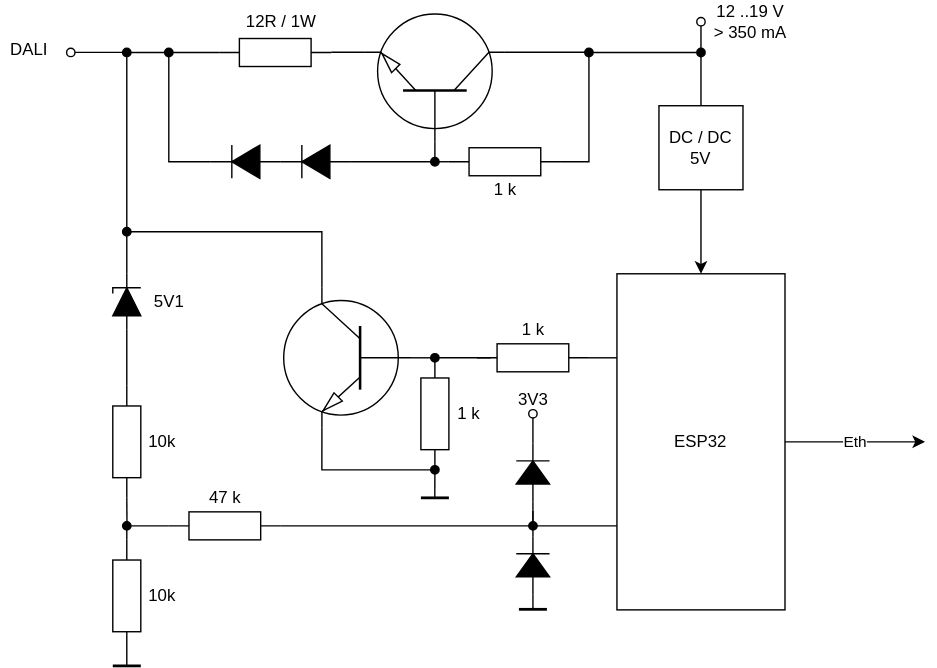
The draw.io diagram docs/light/dali/esp32eth/esp_interface.svg in atitoff/CSH4, before a commit. Source tidied: cells renumbered, new cells last; positions are measured from the earlier drawing's top-left corner, leaving out a move shared by most shapes.
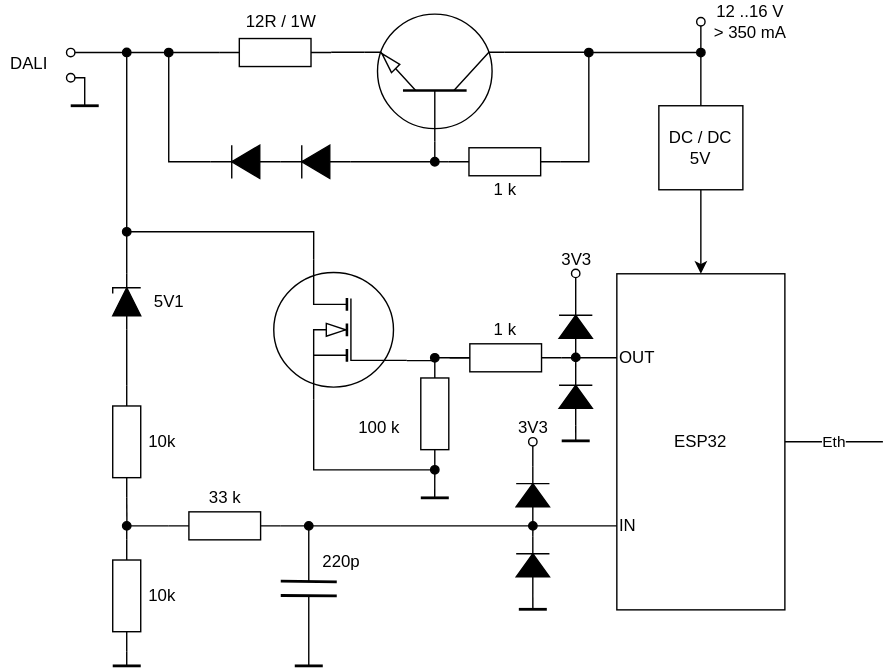
After the commit.

What changed in the source:
```diff
@@ -2,9 +2,9 @@
   <root>
     <mxCell id="0" />
     <mxCell id="1" parent="0" />
-    <mxCell id="2" value="Eth" style="edgeStyle=orthogonalEdgeStyle;rounded=0;jettySize=auto;html=1;exitX=1;exitY=0.5;exitDx=0;exitDy=0;" parent="1" edge="1" source="4">
+    <mxCell id="2" value="Eth" style="edgeStyle=orthogonalEdgeStyle;rounded=0;jettySize=auto;html=1;exitX=1;exitY=0.5;exitDx=0;exitDy=0;endArrow=none;endFill=0;" parent="1" edge="1" source="4">
       <mxGeometry relative="1" as="geometry">
-        <mxPoint x="660" y="315" as="targetPoint" />
+        <mxPoint x="630" y="315" as="targetPoint" />
       </mxGeometry>
     </mxCell>
     <mxCell id="3" style="edgeStyle=orthogonalEdgeStyle;rounded=0;jettySize=auto;html=1;endArrow=oval;endFill=1;strokeWidth=1;entryX=1;entryY=0.5;entryDx=0;entryDy=0;entryPerimeter=0;" parent="1" edge="1" target="24">
@@ -76,27 +76,24 @@
         <mxPoint x="100" y="475" as="targetPoint" />
       </mxGeometry>
     </mxCell>
-    <mxCell id="15" style="edgeStyle=orthogonalEdgeStyle;rounded=0;jettySize=auto;html=1;exitX=0.7;exitY=0;exitDx=0;exitDy=0;exitPerimeter=0;endArrow=none;endFill=0;strokeWidth=1;" parent="1" edge="1" source="18">
+    <mxCell id="15" style="edgeStyle=orthogonalEdgeStyle;rounded=0;jettySize=auto;html=1;exitX=0.7;exitY=0;exitDx=0;exitDy=0;exitPerimeter=0;endArrow=none;endFill=0;strokeWidth=1;" parent="1" edge="1" source="68">
       <mxGeometry relative="1" as="geometry">
         <mxPoint x="90" y="165" as="targetPoint" />
         <Array as="points">
-          <mxPoint x="229" y="165" />
+          <mxPoint x="224" y="165" />
         </Array>
       </mxGeometry>
     </mxCell>
-    <mxCell id="16" style="edgeStyle=orthogonalEdgeStyle;rounded=0;jettySize=auto;html=1;exitX=0.7;exitY=1;exitDx=0;exitDy=0;exitPerimeter=0;endArrow=oval;endFill=1;strokeWidth=1;entryX=0;entryY=0.5;entryDx=0;entryDy=0;entryPerimeter=0;" parent="1" edge="1" source="18" target="24">
+    <mxCell id="16" style="edgeStyle=orthogonalEdgeStyle;rounded=0;jettySize=auto;html=1;exitX=0.7;exitY=1;exitDx=0;exitDy=0;exitPerimeter=0;endArrow=oval;endFill=1;strokeWidth=1;entryX=0;entryY=0.5;entryDx=0;entryDy=0;entryPerimeter=0;" parent="1" edge="1" source="68" target="24">
       <mxGeometry relative="1" as="geometry">
         <Array as="points">
-          <mxPoint x="229" y="335" />
+          <mxPoint x="224" y="335" />
         </Array>
       </mxGeometry>
     </mxCell>
-    <mxCell id="17" style="edgeStyle=orthogonalEdgeStyle;rounded=0;jettySize=auto;html=1;exitX=0;exitY=0.5;exitDx=0;exitDy=0;exitPerimeter=0;endArrow=none;endFill=0;strokeWidth=1;entryX=1;entryY=0.5;entryDx=0;entryDy=0;entryPerimeter=0;" parent="1" edge="1" source="18" target="24">
+    <mxCell id="17" style="edgeStyle=orthogonalEdgeStyle;rounded=0;jettySize=auto;html=1;exitX=0;exitY=0.72;exitDx=0;exitDy=0;exitPerimeter=0;endArrow=none;endFill=0;strokeWidth=1;entryX=1;entryY=0.5;entryDx=0;entryDy=0;entryPerimeter=0;" parent="1" edge="1" source="68" target="24">
       <mxGeometry relative="1" as="geometry" />
     </mxCell>
-    <mxCell id="18" style="verticalLabelPosition=bottom;shadow=0;dashed=0;align=center;html=1;verticalAlign=top;shape=mxgraph.electrical.transistors.npn_transistor_1;flipH=1;" parent="1" vertex="1">
-      <mxGeometry x="200" y="205" width="95" height="100" as="geometry" />
-    </mxCell>
     <mxCell id="19" style="endArrow=none;html=1;strokeWidth=2;" parent="1" edge="1">
       <mxGeometry relative="1" as="geometry">
         <mxPoint x="300" y="355" as="sourcePoint" />
@@ -128,7 +125,7 @@
       <mxGeometry relative="1" as="geometry" />
     </mxCell>
     <mxCell id="26" style="verticalLabelPosition=bottom;shadow=0;dashed=0;align=center;html=1;verticalAlign=top;shape=mxgraph.electrical.resistors.resistor_1;" parent="1" vertex="1">
-      <mxGeometry x="340" y="245" width="80" height="20" as="geometry" />
+      <mxGeometry x="320.6" y="245" width="80" height="20" as="geometry" />
     </mxCell>
     <mxCell id="27" style="edgeStyle=orthogonalEdgeStyle;rounded=0;jettySize=auto;html=1;exitX=0;exitY=0.5;exitDx=0;exitDy=0;exitPerimeter=0;endArrow=none;endFill=0;strokeWidth=1;" parent="1" edge="1" source="28">
       <mxGeometry relative="1" as="geometry">
@@ -182,7 +179,7 @@
         <mxPoint x="310" y="115" as="targetPoint" />
       </mxGeometry>
     </mxCell>
-    <mxCell id="39" value="12 ..19 V&lt;br&gt;&amp;gt; 350 mA" style="text;html=1;align=center;verticalAlign=middle;" parent="1" vertex="1">
+    <mxCell id="39" value="12 ..16 V&lt;br&gt;&amp;gt; 350 mA" style="text;html=1;align=center;verticalAlign=middle;" parent="1" vertex="1">
       <mxGeometry x="500" width="70" height="30" as="geometry" />
     </mxCell>
     <mxCell id="40" value="12R / 1W" style="text;html=1;align=center;verticalAlign=middle;" parent="1" vertex="1">
@@ -192,10 +189,10 @@
       <mxGeometry x="345" y="125" width="30" height="20" as="geometry" />
     </mxCell>
     <mxCell id="42" value="1 k" style="text;html=1;align=center;verticalAlign=middle;" parent="1" vertex="1">
-      <mxGeometry x="365" y="225" width="30" height="20" as="geometry" />
+      <mxGeometry x="345" y="225" width="30" height="20" as="geometry" />
     </mxCell>
-    <mxCell id="43" value="1 k" style="text;html=1;align=center;verticalAlign=middle;" parent="1" vertex="1">
-      <mxGeometry x="319" y="285" width="30" height="20" as="geometry" />
+    <mxCell id="43" value="100 k" style="text;html=1;align=center;verticalAlign=middle;" parent="1" vertex="1">
+      <mxGeometry x="250" y="295" width="40" height="20" as="geometry" />
     </mxCell>
     <mxCell id="44" value="5V1" style="text;html=1;align=center;verticalAlign=middle;" parent="1" vertex="1">
       <mxGeometry x="100" y="205" width="40" height="20" as="geometry" />
@@ -212,14 +209,14 @@
     <mxCell id="48" style="fillColor=strokeColor;verticalLabelPosition=bottom;shadow=0;dashed=0;align=center;html=1;verticalAlign=top;shape=mxgraph.electrical.diodes.diode;rotation=-180;" parent="1" vertex="1">
       <mxGeometry x="150" y="103.1" width="50" height="23.8" as="geometry" />
     </mxCell>
-    <mxCell id="49" style="edgeStyle=orthogonalEdgeStyle;rounded=0;jettySize=auto;html=1;exitX=1;exitY=0.5;exitDx=0;exitDy=0;exitPerimeter=0;endArrow=oval;endFill=0;strokeWidth=1;" parent="1" edge="1" source="61">
+    <mxCell id="49" style="edgeStyle=orthogonalEdgeStyle;rounded=0;jettySize=auto;html=1;endArrow=oval;endFill=0;strokeWidth=1;exitX=1;exitY=0.5;exitDx=0;exitDy=0;exitPerimeter=0;" parent="1" edge="1" source="61">
       <mxGeometry relative="1" as="geometry">
-        <mxPoint x="380" y="295" as="targetPoint" />
+        <mxPoint x="380" y="315" as="targetPoint" />
       </mxGeometry>
     </mxCell>
-    <mxCell id="50" style="edgeStyle=orthogonalEdgeStyle;rounded=0;orthogonalLoop=1;jettySize=auto;html=1;exitX=0;exitY=0.5;exitDx=0;exitDy=0;exitPerimeter=0;endArrow=none;endFill=0;strokeWidth=1;" parent="1" edge="1">
+    <mxCell id="50" style="edgeStyle=orthogonalEdgeStyle;rounded=0;orthogonalLoop=1;jettySize=auto;html=1;endArrow=none;endFill=0;strokeWidth=1;" parent="1" edge="1">
       <mxGeometry relative="1" as="geometry">
-        <mxPoint x="380" y="364.4" as="sourcePoint" />
+        <mxPoint x="380" y="372" as="sourcePoint" />
         <mxPoint x="380" y="372" as="targetPoint" />
       </mxGeometry>
     </mxCell>
@@ -243,9 +240,9 @@
       </mxGeometry>
     </mxCell>
     <mxCell id="55" value="3V3" style="text;html=1;align=center;verticalAlign=middle;" parent="1" vertex="1">
-      <mxGeometry x="360" y="275" width="40" height="20" as="geometry" />
+      <mxGeometry x="360" y="295" width="40" height="20" as="geometry" />
     </mxCell>
-    <mxCell id="56" value="47 k" style="text;html=1;align=center;verticalAlign=middle;" parent="1" vertex="1">
+    <mxCell id="56" value="33 k" style="text;html=1;align=center;verticalAlign=middle;" parent="1" vertex="1">
       <mxGeometry x="140" y="345" width="40" height="20" as="geometry" />
     </mxCell>
     <mxCell id="57" style="endArrow=oval;html=1;strokeWidth=1;exitX=0.5;exitY=0;exitDx=0;exitDy=0;endFill=0;" parent="1" edge="1" source="7">
@@ -255,20 +252,105 @@
     </mxCell>
     <mxCell id="58" style="endArrow=oval;html=1;strokeWidth=1;endFill=1;startArrow=oval;startFill=0;" parent="1" edge="1">
       <mxGeometry relative="1" as="geometry">
-        <mxPoint x="50" y="36.9" as="sourcePoint" />
+        <mxPoint x="50" y="37" as="sourcePoint" />
         <mxPoint x="90" y="36.9" as="targetPoint" />
       </mxGeometry>
     </mxCell>
     <mxCell id="59" value="DALI" style="text;html=1;align=center;verticalAlign=middle;" parent="1" vertex="1">
-      <mxGeometry y="25" width="40" height="20" as="geometry" />
+      <mxGeometry y="35" width="40" height="20" as="geometry" />
     </mxCell>
-    <mxCell id="60" style="edgeStyle=orthogonalEdgeStyle;rounded=0;jettySize=auto;html=1;exitX=0;exitY=0.5;exitDx=0;exitDy=0;exitPerimeter=0;endArrow=none;endFill=0;" parent="1" edge="1" source="61">
-      <mxGeometry relative="1" as="geometry">
-        <mxPoint x="380" y="375" as="targetPoint" />
-      </mxGeometry>
-    </mxCell>
     <mxCell id="61" style="fillColor=strokeColor;verticalLabelPosition=bottom;shadow=0;dashed=0;align=center;html=1;verticalAlign=top;shape=mxgraph.electrical.diodes.diode;rotation=-90;" parent="1" vertex="1">
-      <mxGeometry x="359.4" y="325" width="41.2" height="23.8" as="geometry" />
+      <mxGeometry x="359.4" y="341.2" width="41.2" height="23.8" as="geometry" />
     </mxCell>
+    <mxCell id="62" style="endArrow=none;html=1;strokeWidth=2;" parent="1" edge="1">
+      <mxGeometry relative="1" as="geometry">
+        <mxPoint x="200" y="414.5" as="sourcePoint" />
+        <mxPoint x="240" y="415" as="targetPoint" />
+      </mxGeometry>
+    </mxCell>
+    <mxCell id="63" style="endArrow=none;html=1;strokeWidth=2;" parent="1" edge="1">
+      <mxGeometry relative="1" as="geometry">
+        <mxPoint x="200" y="424.8" as="sourcePoint" />
+        <mxPoint x="240" y="425" as="targetPoint" />
+      </mxGeometry>
+    </mxCell>
+    <mxCell id="64" style="endArrow=oval;html=1;endFill=1;" parent="1" edge="1">
+      <mxGeometry relative="1" as="geometry">
+        <mxPoint x="220" y="415" as="sourcePoint" />
+        <mxPoint x="220" y="375" as="targetPoint" />
+      </mxGeometry>
+    </mxCell>
+    <mxCell id="65" style="endArrow=none;html=1;strokeWidth=2;" parent="1" edge="1">
+      <mxGeometry relative="1" as="geometry">
+        <mxPoint x="210" y="475" as="sourcePoint" />
+        <mxPoint x="230" y="475" as="targetPoint" />
+      </mxGeometry>
+    </mxCell>
+    <mxCell id="66" style="endArrow=none;html=1;" parent="1" edge="1">
+      <mxGeometry relative="1" as="geometry">
+        <mxPoint x="220" y="475" as="sourcePoint" />
+        <mxPoint x="220" y="425" as="targetPoint" />
+      </mxGeometry>
+    </mxCell>
+    <mxCell id="67" value="220p" style="text;html=1;align=center;verticalAlign=middle;" parent="1" vertex="1">
+      <mxGeometry x="222.5" y="391.2" width="40" height="20" as="geometry" />
+    </mxCell>
+    <mxCell id="68" style="verticalLabelPosition=bottom;shadow=0;dashed=0;align=center;html=1;verticalAlign=top;shape=mxgraph.electrical.mosfets1.mosfet_ic_n;flipH=1;" parent="1" vertex="1">
+      <mxGeometry x="195" y="185" width="95" height="100" as="geometry" />
+    </mxCell>
+    <mxCell id="69" style="edgeStyle=orthogonalEdgeStyle;rounded=0;jettySize=auto;html=1;endArrow=oval;endFill=0;strokeWidth=1;exitX=1;exitY=0.5;exitDx=0;exitDy=0;exitPerimeter=0;" parent="1" edge="1" source="76">
+      <mxGeometry relative="1" as="geometry">
+        <mxPoint x="410.6" y="194.7" as="targetPoint" />
+      </mxGeometry>
+    </mxCell>
+    <mxCell id="70" style="edgeStyle=orthogonalEdgeStyle;rounded=0;orthogonalLoop=1;jettySize=auto;html=1;endArrow=none;endFill=0;strokeWidth=1;" parent="1" edge="1">
+      <mxGeometry relative="1" as="geometry">
+        <mxPoint x="410.6" y="251.7" as="sourcePoint" />
+        <mxPoint x="410.6" y="251.7" as="targetPoint" />
+      </mxGeometry>
+    </mxCell>
+    <mxCell id="71" style="edgeStyle=orthogonalEdgeStyle;rounded=0;jettySize=auto;html=1;exitX=0;exitY=0.5;exitDx=0;exitDy=0;exitPerimeter=0;endArrow=none;endFill=0;strokeWidth=1;" parent="1" edge="1" source="73">
+      <mxGeometry relative="1" as="geometry">
+        <mxPoint x="410.7" y="314.7" as="targetPoint" />
+      </mxGeometry>
+    </mxCell>
+    <mxCell id="72" style="edgeStyle=orthogonalEdgeStyle;rounded=0;jettySize=auto;html=1;exitX=1;exitY=0.5;exitDx=0;exitDy=0;exitPerimeter=0;endArrow=oval;endFill=1;strokeWidth=1;" parent="1" edge="1" source="73">
+      <mxGeometry relative="1" as="geometry">
+        <mxPoint x="410.7" y="254.7" as="targetPoint" />
+      </mxGeometry>
+    </mxCell>
+    <mxCell id="73" style="fillColor=strokeColor;verticalLabelPosition=bottom;shadow=0;dashed=0;align=center;html=1;verticalAlign=top;shape=mxgraph.electrical.diodes.diode;rotation=-90;" parent="1" vertex="1">
+      <mxGeometry x="390" y="271" width="41.2" height="23.8" as="geometry" />
+    </mxCell>
+    <mxCell id="74" style="endArrow=none;html=1;strokeWidth=2;" parent="1" edge="1">
+      <mxGeometry relative="1" as="geometry">
+        <mxPoint x="400.6" y="314.3" as="sourcePoint" />
+        <mxPoint x="420.6" y="314.3" as="targetPoint" />
+      </mxGeometry>
+    </mxCell>
+    <mxCell id="75" value="3V3" style="text;html=1;align=center;verticalAlign=middle;" parent="1" vertex="1">
+      <mxGeometry x="390.6" y="174.7" width="40" height="20" as="geometry" />
+    </mxCell>
+    <mxCell id="76" style="fillColor=strokeColor;verticalLabelPosition=bottom;shadow=0;dashed=0;align=center;html=1;verticalAlign=top;shape=mxgraph.electrical.diodes.diode;rotation=-90;" parent="1" vertex="1">
+      <mxGeometry x="390" y="221" width="41.2" height="23.8" as="geometry" />
+    </mxCell>
+    <mxCell id="77" style="endArrow=none;html=1;strokeWidth=2;" parent="1" edge="1">
+      <mxGeometry relative="1" as="geometry">
+        <mxPoint x="50" y="75" as="sourcePoint" />
+        <mxPoint x="70" y="75" as="targetPoint" />
+      </mxGeometry>
+    </mxCell>
+    <mxCell id="78" style="endArrow=none;html=1;strokeWidth=1;endFill=0;startArrow=oval;startFill=0;edgeStyle=orthogonalEdgeStyle;rounded=0;" parent="1" edge="1">
+      <mxGeometry relative="1" as="geometry">
+        <mxPoint x="50" y="55" as="sourcePoint" />
+        <mxPoint x="60" y="75" as="targetPoint" />
+      </mxGeometry>
+    </mxCell>
+    <mxCell id="79" value="IN" style="text;html=1;strokeColor=none;fillColor=none;align=left;verticalAlign=middle;whiteSpace=wrap;rounded=0;" parent="1" vertex="1">
+      <mxGeometry x="440" y="365" width="40" height="20" as="geometry" />
+    </mxCell>
+    <mxCell id="80" value="OUT" style="text;html=1;strokeColor=none;fillColor=none;align=left;verticalAlign=middle;whiteSpace=wrap;rounded=0;" parent="1" vertex="1">
+      <mxGeometry x="440" y="245" width="40" height="20" as="geometry" />
+    </mxCell>
   </root>
 </mxGraphModel>
```
